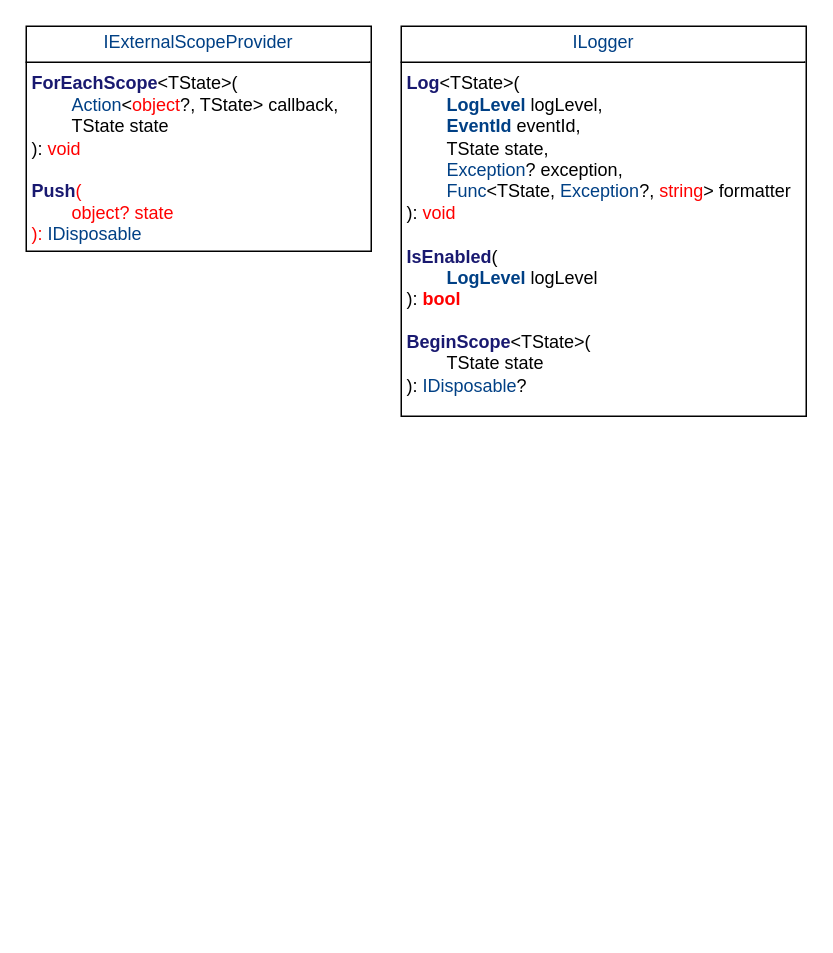
KondyubaBA/AspNetCore-doc keeps this draw.io diagram as Logging/Logging.drawio. Above is the earlier version. Source tidied: cells renumbered, new cells numbered last; positions are measured from the earlier drawing's top-left corner, leaving out a move shared by most shapes. Both pictures are drawn from the tidied source at 150%, with x=0, y=0 at pixel (26, 26).
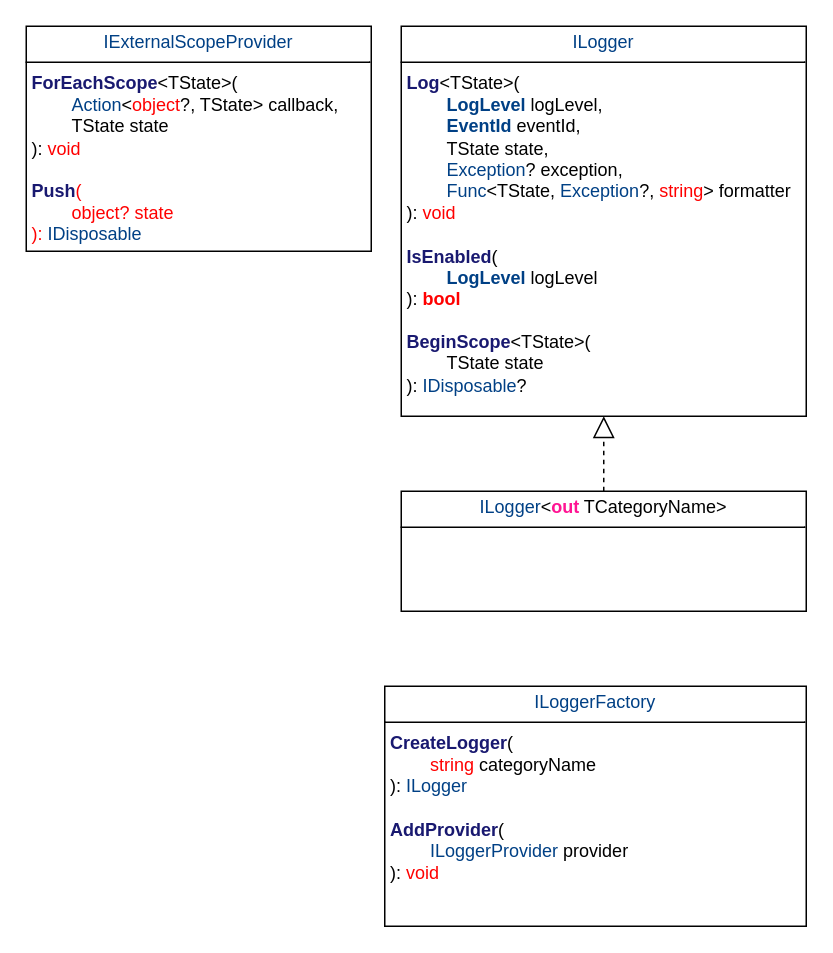
After the change.

Diff of the diagram source:
```diff
@@
 <mxGraphModel>
   <root>
     <mxCell id="0" />
     <mxCell id="1" parent="0" />
     <mxCell id="2" value="&lt;p style=&quot;margin:0px;margin-top:4px;text-align:center;&quot;&gt;&lt;span style=&quot;color: rgb(0, 64, 133);&quot;&gt;IExternalScopeProvider&lt;/span&gt;&lt;/p&gt;&lt;hr size=&quot;1&quot; style=&quot;border-style:solid;&quot;&gt;&lt;p style=&quot;margin:0px;margin-left:4px;&quot;&gt;&lt;span style=&quot;color: rgb(25, 25, 112); font-weight: bold;&quot;&gt;ForEachScope&lt;/span&gt;&amp;lt;TState&amp;gt;(&lt;/p&gt;&lt;p style=&quot;margin:0px;margin-left:4px;&quot;&gt;&lt;span style=&quot;color: rgb(0, 64, 133);&quot;&gt;&lt;span style=&quot;white-space: pre;&quot;&gt;&#9;&lt;/span&gt;Action&lt;/span&gt;&amp;lt;&lt;span style=&quot;color: rgb(255, 0, 0);&quot;&gt;object&lt;/span&gt;?, TState&amp;gt; callback,&amp;nbsp;&lt;/p&gt;&lt;p style=&quot;margin:0px;margin-left:4px;&quot;&gt;&lt;span style=&quot;white-space: pre;&quot;&gt;&#9;&lt;/span&gt;TState state&lt;/p&gt;&lt;p style=&quot;margin:0px;margin-left:4px;&quot;&gt;):&amp;nbsp;&lt;span style=&quot;color: rgb(255, 0, 0); background-color: transparent;&quot;&gt;void&lt;/span&gt;&lt;/p&gt;&lt;p style=&quot;margin:0px;margin-left:4px;&quot;&gt;&lt;span style=&quot;color: rgb(255, 0, 0); background-color: transparent;&quot;&gt;&lt;br&gt;&lt;/span&gt;&lt;/p&gt;&lt;p style=&quot;margin:0px;margin-left:4px;&quot;&gt;&lt;span style=&quot;color: rgb(255, 0, 0); background-color: transparent;&quot;&gt;&lt;span style=&quot;color: rgb(25, 25, 112); font-weight: bold;&quot;&gt;Push&lt;/span&gt;(&lt;/span&gt;&lt;/p&gt;&lt;p style=&quot;margin:0px;margin-left:4px;&quot;&gt;&lt;span style=&quot;color: rgb(255, 0, 0); background-color: transparent;&quot;&gt;&lt;span style=&quot;white-space: pre;&quot;&gt;&#9;&lt;/span&gt;object? state&lt;/span&gt;&lt;/p&gt;&lt;p style=&quot;margin:0px;margin-left:4px;&quot;&gt;&lt;span style=&quot;color: rgb(255, 0, 0); background-color: transparent;&quot;&gt;):&amp;nbsp;&lt;/span&gt;&lt;span style=&quot;color: rgb(0, 64, 133); background-color: transparent;&quot;&gt;IDisposable&lt;/span&gt;&lt;/p&gt;" style="verticalAlign=top;align=left;overflow=fill;html=1;whiteSpace=wrap;" parent="1" vertex="1">
       <mxGeometry width="230" height="150" as="geometry" />
     </mxCell>
     <mxCell id="3" value="&lt;p style=&quot;margin:0px;margin-top:4px;text-align:center;&quot;&gt;&lt;span style=&quot;color: rgb(0, 64, 133); background-color: transparent; text-align: left;&quot;&gt;ILogger&lt;/span&gt;&lt;/p&gt;&lt;hr size=&quot;1&quot; style=&quot;border-style:solid;&quot;&gt;&lt;p style=&quot;margin:0px;margin-left:4px;&quot;&gt;&lt;span style=&quot;color: rgb(25, 25, 112); font-weight: bold;&quot;&gt;Log&lt;/span&gt;&amp;lt;TState&amp;gt;(&lt;/p&gt;&lt;p style=&quot;margin:0px;margin-left:4px;&quot;&gt;&lt;span style=&quot;color: rgb(0, 64, 133); font-weight: bold;&quot;&gt;&lt;span style=&quot;white-space: pre;&quot;&gt;&#9;&lt;/span&gt;LogLevel&lt;/span&gt; logLevel,&amp;nbsp;&lt;/p&gt;&lt;p style=&quot;margin:0px;margin-left:4px;&quot;&gt;&lt;span style=&quot;color: rgb(0, 64, 133); font-weight: bold;&quot;&gt;&lt;span style=&quot;white-space: pre;&quot;&gt;&#9;&lt;/span&gt;EventId&lt;/span&gt; eventId,&amp;nbsp;&lt;/p&gt;&lt;p style=&quot;margin:0px;margin-left:4px;&quot;&gt;&lt;span style=&quot;white-space: pre;&quot;&gt;&#9;&lt;/span&gt;TState state,&amp;nbsp;&lt;/p&gt;&lt;p style=&quot;margin:0px;margin-left:4px;&quot;&gt;&lt;span style=&quot;color: rgb(0, 64, 133);&quot;&gt;&lt;span style=&quot;white-space: pre;&quot;&gt;&#9;&lt;/span&gt;Exception&lt;/span&gt;? exception,&amp;nbsp;&lt;/p&gt;&lt;p style=&quot;margin:0px;margin-left:4px;&quot;&gt;&lt;span style=&quot;color: rgb(0, 64, 133);&quot;&gt;&lt;span style=&quot;white-space: pre;&quot;&gt;&#9;&lt;/span&gt;Func&lt;/span&gt;&amp;lt;TState, &lt;span style=&quot;color: rgb(0, 64, 133);&quot;&gt;Exception&lt;/span&gt;?, &lt;span style=&quot;color: rgb(255, 0, 0);&quot;&gt;string&lt;/span&gt;&amp;gt; formatter&lt;/p&gt;&lt;p style=&quot;margin:0px;margin-left:4px;&quot;&gt;):&amp;nbsp;&lt;span style=&quot;color: rgb(255, 0, 0); background-color: transparent;&quot;&gt;void&lt;/span&gt;&lt;/p&gt;&lt;p style=&quot;margin:0px;margin-left:4px;&quot;&gt;&lt;span style=&quot;color: rgb(255, 0, 0); background-color: transparent;&quot;&gt;&lt;br&gt;&lt;/span&gt;&lt;/p&gt;&lt;p style=&quot;margin:0px;margin-left:4px;&quot;&gt;&lt;span style=&quot;color: rgb(25, 25, 112); font-weight: bold;&quot;&gt;IsEnabled&lt;/span&gt;(&lt;/p&gt;&lt;p style=&quot;margin:0px;margin-left:4px;&quot;&gt;&lt;span style=&quot;color: rgb(0, 64, 133); font-weight: bold;&quot;&gt;&lt;span style=&quot;white-space: pre;&quot;&gt;&#9;&lt;/span&gt;LogLevel&lt;/span&gt; logLevel&lt;/p&gt;&lt;p style=&quot;margin:0px;margin-left:4px;&quot;&gt;):&amp;nbsp;&lt;span style=&quot;color: rgb(255, 0, 0); background-color: transparent;&quot;&gt;&lt;/span&gt;&lt;span style=&quot;color: rgb(255, 0, 0); font-weight: bold; background-color: transparent;&quot;&gt;bool&lt;/span&gt;&lt;/p&gt;&lt;p style=&quot;margin:0px;margin-left:4px;&quot;&gt;&lt;span style=&quot;color: rgb(255, 0, 0); font-weight: bold; background-color: transparent;&quot;&gt;&lt;br&gt;&lt;/span&gt;&lt;/p&gt;&lt;p style=&quot;margin:0px;margin-left:4px;&quot;&gt;&lt;span style=&quot;color: rgb(25, 25, 112); font-weight: bold;&quot;&gt;BeginScope&lt;/span&gt;&amp;lt;TState&amp;gt;(&lt;/p&gt;&lt;p style=&quot;margin:0px;margin-left:4px;&quot;&gt;&lt;span style=&quot;white-space: pre;&quot;&gt;&#9;&lt;/span&gt;TState state&lt;/p&gt;&lt;p style=&quot;margin:0px;margin-left:4px;&quot;&gt;):&amp;nbsp;&lt;span style=&quot;color: rgb(255, 0, 0); font-weight: bold; background-color: transparent;&quot;&gt;&lt;/span&gt;&lt;span style=&quot;background-color: transparent; color: rgb(0, 64, 133);&quot;&gt;IDisposable&lt;/span&gt;&lt;span style=&quot;background-color: transparent; color: light-dark(rgb(0, 0, 0), rgb(255, 255, 255));&quot;&gt;?&lt;/span&gt;&lt;/p&gt;" style="verticalAlign=top;align=left;overflow=fill;html=1;whiteSpace=wrap;" parent="1" vertex="1">
       <mxGeometry x="250" width="270" height="260" as="geometry" />
     </mxCell>
+    <mxCell id="4" value="&lt;p style=&quot;margin:0px;margin-top:4px;text-align:center;&quot;&gt;&lt;span style=&quot;background-color: transparent; text-align: left; color: rgb(0, 64, 133);&quot;&gt;ILogger&lt;/span&gt;&lt;span style=&quot;background-color: transparent; color: light-dark(rgb(0, 0, 0), rgb(255, 255, 255)); text-align: left;&quot;&gt;&amp;lt;&lt;/span&gt;&lt;span style=&quot;background-color: transparent; text-align: left; color: rgb(255, 20, 147); font-weight: bold;&quot;&gt;out&lt;/span&gt;&lt;span style=&quot;background-color: transparent; color: light-dark(rgb(0, 0, 0), rgb(255, 255, 255)); text-align: left;&quot;&gt; TCategoryName&amp;gt;&lt;/span&gt;&lt;/p&gt;&lt;hr size=&quot;1&quot; style=&quot;border-style:solid;&quot;&gt;&lt;p style=&quot;margin:0px;margin-left:4px;&quot;&gt;&lt;br&gt;&lt;/p&gt;" style="verticalAlign=top;align=left;overflow=fill;html=1;whiteSpace=wrap;" parent="1" vertex="1">
+      <mxGeometry x="250" y="310" width="270" height="80" as="geometry" />
+    </mxCell>
+    <mxCell id="5" style="endArrow=block;dashed=1;endFill=0;endSize=12;html=1;rounded=0;entryX=0.5;entryY=1;entryDx=0;entryDy=0;exitX=0.5;exitY=0;exitDx=0;exitDy=0;" parent="1" edge="1" source="4" target="3">
+      <mxGeometry relative="1" as="geometry" />
+    </mxCell>
+    <mxCell id="6" value="&lt;p style=&quot;margin:0px;margin-top:4px;text-align:center;&quot;&gt;&lt;span style=&quot;color: rgb(0, 64, 133); background-color: transparent; text-align: left;&quot;&gt;ILoggerFactory&lt;/span&gt;&lt;/p&gt;&lt;hr size=&quot;1&quot; style=&quot;border-style:solid;&quot;&gt;&lt;p style=&quot;margin:0px;margin-left:4px;&quot;&gt;&lt;span style=&quot;color: rgb(25, 25, 112); font-weight: bold;&quot;&gt;CreateLogger&lt;/span&gt;(&lt;/p&gt;&lt;p style=&quot;margin:0px;margin-left:4px;&quot;&gt;&lt;span style=&quot;color: rgb(255, 0, 0);&quot;&gt;&lt;span style=&quot;white-space: pre;&quot;&gt;&#9;&lt;/span&gt;string&lt;/span&gt; categoryName&lt;/p&gt;&lt;p style=&quot;margin:0px;margin-left:4px;&quot;&gt;):&amp;nbsp;&lt;span style=&quot;color: rgb(0, 64, 133); background-color: transparent;&quot;&gt;ILogger&lt;/span&gt;&lt;/p&gt;&lt;p style=&quot;margin:0px;margin-left:4px;&quot;&gt;&lt;span style=&quot;color: rgb(0, 64, 133); background-color: transparent;&quot;&gt;&lt;br&gt;&lt;/span&gt;&lt;/p&gt;&lt;p style=&quot;margin:0px;margin-left:4px;&quot;&gt;&lt;span style=&quot;color: rgb(25, 25, 112); font-weight: bold;&quot;&gt;AddProvider&lt;/span&gt;(&lt;/p&gt;&lt;p style=&quot;margin:0px;margin-left:4px;&quot;&gt;&lt;span style=&quot;color: rgb(0, 64, 133);&quot;&gt;&lt;span style=&quot;white-space: pre;&quot;&gt;&#9;&lt;/span&gt;ILoggerProvider&lt;/span&gt; provider&lt;/p&gt;&lt;p style=&quot;margin:0px;margin-left:4px;&quot;&gt;):&amp;nbsp;&lt;span style=&quot;color: rgb(0, 64, 133); background-color: transparent;&quot;&gt;&lt;/span&gt;&lt;span style=&quot;color: rgb(255, 0, 0); background-color: transparent;&quot;&gt;void&lt;/span&gt;&lt;/p&gt;" style="verticalAlign=top;align=left;overflow=fill;html=1;whiteSpace=wrap;" parent="1" vertex="1">
+      <mxGeometry x="239" y="440" width="281" height="160" as="geometry" />
+    </mxCell>
   </root>
 </mxGraphModel>
```
